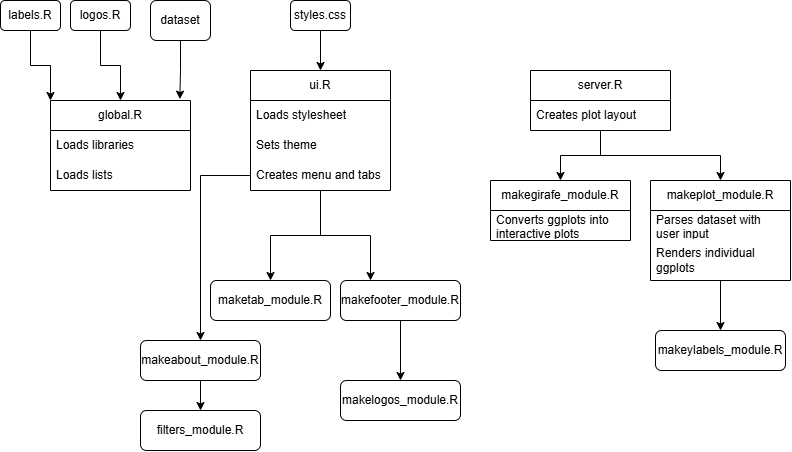
The draw.io diagram images/code_diagram.png in ZoeMZou/WP2_WinterPressuresDashboard, before a commit. Source tidied: cells renumbered, new cells last; positions are measured from the earlier drawing's top-left corner, leaving out a move shared by most shapes. The source it was exported from:
```xml
<mxGraphModel>
  <root>
    <mxCell id="0" />
    <mxCell id="1" parent="0" />
    <mxCell id="2" value="dataset" style="rounded=1;whiteSpace=wrap;html=1;labelBackgroundColor=none;" parent="1" vertex="1">
      <mxGeometry x="150" width="60" height="40" as="geometry" />
    </mxCell>
    <mxCell id="3" style="edgeStyle=orthogonalEdgeStyle;rounded=0;jettySize=auto;html=1;entryX=0;entryY=0;entryDx=0;entryDy=0;labelBackgroundColor=none;fontColor=default;" parent="1" edge="1" source="4" target="7">
      <mxGeometry relative="1" as="geometry" />
    </mxCell>
    <mxCell id="4" value="labels.R" style="rounded=1;whiteSpace=wrap;html=1;labelBackgroundColor=none;" parent="1" vertex="1">
      <mxGeometry width="60" height="30" as="geometry" />
    </mxCell>
    <mxCell id="5" style="edgeStyle=orthogonalEdgeStyle;rounded=0;jettySize=auto;html=1;entryX=0.5;entryY=0;entryDx=0;entryDy=0;labelBackgroundColor=none;fontColor=default;" parent="1" edge="1" source="6" target="7">
      <mxGeometry relative="1" as="geometry" />
    </mxCell>
    <mxCell id="6" value="logos.R" style="rounded=1;whiteSpace=wrap;html=1;labelBackgroundColor=none;" parent="1" vertex="1">
      <mxGeometry x="70" width="60" height="30" as="geometry" />
    </mxCell>
    <mxCell id="7" value="global.R" style="swimlane;fontStyle=0;horizontal=1;startSize=30;whiteSpace=wrap;html=1;labelBackgroundColor=none;" parent="1" vertex="1">
      <mxGeometry x="50" y="100" width="140" height="90" as="geometry" />
    </mxCell>
    <mxCell id="8" value="Loads libraries" style="text;strokeColor=none;align=left;verticalAlign=middle;spacingLeft=4;spacingRight=4;overflow=hidden;whiteSpace=wrap;html=1;labelBackgroundColor=none;" parent="7" vertex="1">
      <mxGeometry y="30" width="140" height="30" as="geometry" />
    </mxCell>
    <mxCell id="9" value="Loads lists" style="text;strokeColor=none;align=left;verticalAlign=middle;spacingLeft=4;spacingRight=4;overflow=hidden;whiteSpace=wrap;html=1;labelBackgroundColor=none;" parent="7" vertex="1">
      <mxGeometry y="60" width="140" height="30" as="geometry" />
    </mxCell>
    <mxCell id="10" style="edgeStyle=orthogonalEdgeStyle;rounded=0;jettySize=auto;html=1;entryX=0.5;entryY=0;entryDx=0;entryDy=0;labelBackgroundColor=none;fontColor=default;" parent="1" edge="1" source="12" target="23">
      <mxGeometry relative="1" as="geometry" />
    </mxCell>
    <mxCell id="11" style="edgeStyle=orthogonalEdgeStyle;rounded=0;jettySize=auto;html=1;entryX=0.25;entryY=0;entryDx=0;entryDy=0;labelBackgroundColor=none;fontColor=default;" parent="1" edge="1" source="12" target="25">
      <mxGeometry relative="1" as="geometry" />
    </mxCell>
    <mxCell id="12" value="ui.R" style="swimlane;fontStyle=0;horizontal=1;startSize=30;whiteSpace=wrap;html=1;labelBackgroundColor=none;" parent="1" vertex="1">
      <mxGeometry x="250" y="70" width="140" height="120" as="geometry" />
    </mxCell>
    <mxCell id="13" value="Loads stylesheet" style="text;strokeColor=none;align=left;verticalAlign=middle;spacingLeft=4;spacingRight=4;overflow=hidden;whiteSpace=wrap;html=1;labelBackgroundColor=none;" parent="12" vertex="1">
      <mxGeometry y="30" width="140" height="30" as="geometry" />
    </mxCell>
    <mxCell id="14" value="Sets theme" style="text;strokeColor=none;align=left;verticalAlign=middle;spacingLeft=4;spacingRight=4;overflow=hidden;whiteSpace=wrap;html=1;labelBackgroundColor=none;" parent="12" vertex="1">
      <mxGeometry y="60" width="140" height="30" as="geometry" />
    </mxCell>
    <mxCell id="15" value="Creates menu and tabs" style="text;strokeColor=none;align=left;verticalAlign=middle;spacingLeft=4;spacingRight=4;overflow=hidden;points=[[0,0.5],[1,0.5]];portConstraint=eastwest;whiteSpace=wrap;html=1;labelBackgroundColor=none;" parent="12" vertex="1">
      <mxGeometry y="90" width="140" height="30" as="geometry" />
    </mxCell>
    <mxCell id="16" style="edgeStyle=orthogonalEdgeStyle;rounded=0;jettySize=auto;html=1;entryX=0.5;entryY=0;entryDx=0;entryDy=0;labelBackgroundColor=none;fontColor=default;" parent="1" edge="1" source="18" target="31">
      <mxGeometry relative="1" as="geometry" />
    </mxCell>
    <mxCell id="17" style="edgeStyle=orthogonalEdgeStyle;rounded=0;jettySize=auto;html=1;labelBackgroundColor=none;fontColor=default;" parent="1" edge="1" source="18" target="28">
      <mxGeometry relative="1" as="geometry" />
    </mxCell>
    <mxCell id="18" value="server.R" style="swimlane;fontStyle=0;horizontal=1;startSize=30;whiteSpace=wrap;html=1;labelBackgroundColor=none;" parent="1" vertex="1">
      <mxGeometry x="530" y="70" width="140" height="60" as="geometry" />
    </mxCell>
    <mxCell id="19" value="Creates plot layout" style="text;strokeColor=none;align=left;verticalAlign=middle;spacingLeft=4;spacingRight=4;overflow=hidden;whiteSpace=wrap;html=1;labelBackgroundColor=none;" parent="18" vertex="1">
      <mxGeometry y="30" width="140" height="30" as="geometry" />
    </mxCell>
    <mxCell id="20" style="edgeStyle=orthogonalEdgeStyle;rounded=0;jettySize=auto;html=1;entryX=0.924;entryY=-0.015;entryDx=0;entryDy=0;entryPerimeter=0;labelBackgroundColor=none;fontColor=default;" parent="1" edge="1" source="2" target="7">
      <mxGeometry relative="1" as="geometry" />
    </mxCell>
    <mxCell id="21" style="edgeStyle=orthogonalEdgeStyle;rounded=0;jettySize=auto;html=1;entryX=0.5;entryY=0;entryDx=0;entryDy=0;labelBackgroundColor=none;fontColor=default;" parent="1" edge="1" source="22" target="12">
      <mxGeometry relative="1" as="geometry" />
    </mxCell>
    <mxCell id="22" value="styles.css" style="rounded=1;whiteSpace=wrap;html=1;labelBackgroundColor=none;" parent="1" vertex="1">
      <mxGeometry x="290" width="60" height="30" as="geometry" />
    </mxCell>
    <mxCell id="23" value="maketab_module.R" style="rounded=1;whiteSpace=wrap;html=1;labelBackgroundColor=none;" parent="1" vertex="1">
      <mxGeometry x="210" y="280" width="120" height="40" as="geometry" />
    </mxCell>
    <mxCell id="24" style="edgeStyle=orthogonalEdgeStyle;rounded=0;jettySize=auto;html=1;entryX=0.5;entryY=0;entryDx=0;entryDy=0;labelBackgroundColor=none;fontColor=default;" parent="1" edge="1" source="25" target="26">
      <mxGeometry relative="1" as="geometry" />
    </mxCell>
    <mxCell id="25" value="makefooter_module.R" style="rounded=1;whiteSpace=wrap;html=1;labelBackgroundColor=none;" parent="1" vertex="1">
      <mxGeometry x="340" y="280" width="120" height="40" as="geometry" />
    </mxCell>
    <mxCell id="26" value="makelogos_module.R" style="rounded=1;whiteSpace=wrap;html=1;labelBackgroundColor=none;" parent="1" vertex="1">
      <mxGeometry x="340" y="380" width="120" height="40" as="geometry" />
    </mxCell>
    <mxCell id="27" style="edgeStyle=orthogonalEdgeStyle;rounded=0;jettySize=auto;html=1;entryX=0.5;entryY=0;entryDx=0;entryDy=0;fontColor=default;labelBackgroundColor=none;" parent="1" edge="1" source="28" target="37">
      <mxGeometry relative="1" as="geometry" />
    </mxCell>
    <mxCell id="28" value="makeplot_module.R" style="swimlane;fontStyle=0;horizontal=1;startSize=30;whiteSpace=wrap;html=1;labelBackgroundColor=none;" parent="1" vertex="1">
      <mxGeometry x="650" y="180" width="140" height="100" as="geometry" />
    </mxCell>
    <mxCell id="29" value="Parses dataset with user input" style="text;strokeColor=none;align=left;verticalAlign=middle;spacingLeft=4;spacingRight=4;overflow=hidden;whiteSpace=wrap;html=1;labelBackgroundColor=none;" parent="28" vertex="1">
      <mxGeometry y="30" width="140" height="30" as="geometry" />
    </mxCell>
    <mxCell id="30" value="Renders individual ggplots" style="text;strokeColor=none;align=left;verticalAlign=middle;spacingLeft=4;spacingRight=4;overflow=hidden;whiteSpace=wrap;html=1;labelBackgroundColor=none;" parent="28" vertex="1">
      <mxGeometry y="60" width="140" height="40" as="geometry" />
    </mxCell>
    <mxCell id="31" value="makegirafe_module.R" style="swimlane;fontStyle=0;horizontal=1;startSize=30;whiteSpace=wrap;html=1;labelBackgroundColor=none;" parent="1" vertex="1">
      <mxGeometry x="490" y="180" width="140" height="60" as="geometry" />
    </mxCell>
    <mxCell id="32" value="Converts ggplots into interactive plots" style="text;strokeColor=none;align=left;verticalAlign=middle;spacingLeft=4;spacingRight=4;overflow=hidden;whiteSpace=wrap;html=1;labelBackgroundColor=none;" parent="31" vertex="1">
      <mxGeometry y="30" width="140" height="30" as="geometry" />
    </mxCell>
    <mxCell id="33" style="edgeStyle=orthogonalEdgeStyle;rounded=0;jettySize=auto;html=1;entryX=0.5;entryY=0;entryDx=0;entryDy=0;labelBackgroundColor=none;fontColor=default;" parent="1" edge="1" source="34" target="36">
      <mxGeometry relative="1" as="geometry" />
    </mxCell>
    <mxCell id="34" value="makeabout_module.R" style="rounded=1;whiteSpace=wrap;html=1;labelBackgroundColor=none;" parent="1" vertex="1">
      <mxGeometry x="140" y="340" width="120" height="40" as="geometry" />
    </mxCell>
    <mxCell id="35" style="edgeStyle=orthogonalEdgeStyle;rounded=0;jettySize=auto;html=1;entryX=0.5;entryY=0;entryDx=0;entryDy=0;labelBackgroundColor=none;fontColor=default;" parent="1" edge="1" source="15" target="34">
      <mxGeometry relative="1" as="geometry" />
    </mxCell>
    <mxCell id="36" value="&lt;div&gt;&lt;br&gt;&lt;/div&gt;filters_module.R&lt;div&gt;&lt;br&gt;&lt;/div&gt;" style="rounded=1;whiteSpace=wrap;html=1;labelBackgroundColor=none;" parent="1" vertex="1">
      <mxGeometry x="140" y="410" width="120" height="40" as="geometry" />
    </mxCell>
    <mxCell id="37" value="makeylabels_module.R" style="rounded=1;whiteSpace=wrap;html=1;labelBackgroundColor=none;" parent="1" vertex="1">
      <mxGeometry x="655" y="330" width="130" height="40" as="geometry" />
    </mxCell>
  </root>
</mxGraphModel>
```
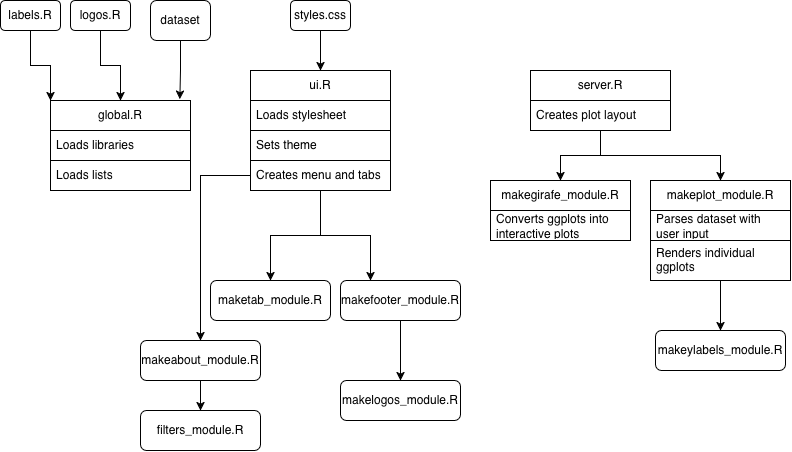
The same diagram one commit later.

The edit, as a diff of the source:
```diff
@@ -1,4 +1,4 @@
-<mxGraphModel>
+<mxGraphModel background="light-dark(#FFFFFF,#121212)">
   <root>
     <mxCell id="0" />
     <mxCell id="1" parent="0" />
@@ -20,10 +20,10 @@
     <mxCell id="7" value="global.R" style="swimlane;fontStyle=0;horizontal=1;startSize=30;whiteSpace=wrap;html=1;labelBackgroundColor=none;" parent="1" vertex="1">
       <mxGeometry x="50" y="100" width="140" height="90" as="geometry" />
     </mxCell>
-    <mxCell id="8" value="Loads libraries" style="text;strokeColor=none;align=left;verticalAlign=middle;spacingLeft=4;spacingRight=4;overflow=hidden;whiteSpace=wrap;html=1;labelBackgroundColor=none;" parent="7" vertex="1">
+    <mxCell id="8" value="Loads libraries" style="text;strokeColor=default;align=left;verticalAlign=middle;spacingLeft=4;spacingRight=4;overflow=hidden;whiteSpace=wrap;html=1;labelBackgroundColor=none;fillColor=default;" parent="7" vertex="1">
       <mxGeometry y="30" width="140" height="30" as="geometry" />
     </mxCell>
-    <mxCell id="9" value="Loads lists" style="text;strokeColor=none;align=left;verticalAlign=middle;spacingLeft=4;spacingRight=4;overflow=hidden;whiteSpace=wrap;html=1;labelBackgroundColor=none;" parent="7" vertex="1">
+    <mxCell id="9" value="Loads lists" style="text;strokeColor=default;align=left;verticalAlign=middle;spacingLeft=4;spacingRight=4;overflow=hidden;whiteSpace=wrap;html=1;labelBackgroundColor=none;fillColor=default;" parent="7" vertex="1">
       <mxGeometry y="60" width="140" height="30" as="geometry" />
     </mxCell>
     <mxCell id="10" style="edgeStyle=orthogonalEdgeStyle;rounded=0;jettySize=auto;html=1;entryX=0.5;entryY=0;entryDx=0;entryDy=0;labelBackgroundColor=none;fontColor=default;" parent="1" edge="1" source="12" target="23">
@@ -35,13 +35,13 @@
     <mxCell id="12" value="ui.R" style="swimlane;fontStyle=0;horizontal=1;startSize=30;whiteSpace=wrap;html=1;labelBackgroundColor=none;" parent="1" vertex="1">
       <mxGeometry x="250" y="70" width="140" height="120" as="geometry" />
     </mxCell>
-    <mxCell id="13" value="Loads stylesheet" style="text;strokeColor=none;align=left;verticalAlign=middle;spacingLeft=4;spacingRight=4;overflow=hidden;whiteSpace=wrap;html=1;labelBackgroundColor=none;" parent="12" vertex="1">
+    <mxCell id="13" value="Loads stylesheet" style="text;strokeColor=default;align=left;verticalAlign=middle;spacingLeft=4;spacingRight=4;overflow=hidden;whiteSpace=wrap;html=1;labelBackgroundColor=none;fillColor=default;" parent="12" vertex="1">
       <mxGeometry y="30" width="140" height="30" as="geometry" />
     </mxCell>
-    <mxCell id="14" value="Sets theme" style="text;strokeColor=none;align=left;verticalAlign=middle;spacingLeft=4;spacingRight=4;overflow=hidden;whiteSpace=wrap;html=1;labelBackgroundColor=none;" parent="12" vertex="1">
+    <mxCell id="14" value="Sets theme" style="text;strokeColor=default;align=left;verticalAlign=middle;spacingLeft=4;spacingRight=4;overflow=hidden;whiteSpace=wrap;html=1;labelBackgroundColor=none;fillColor=default;" parent="12" vertex="1">
       <mxGeometry y="60" width="140" height="30" as="geometry" />
     </mxCell>
-    <mxCell id="15" value="Creates menu and tabs" style="text;strokeColor=none;align=left;verticalAlign=middle;spacingLeft=4;spacingRight=4;overflow=hidden;points=[[0,0.5],[1,0.5]];portConstraint=eastwest;whiteSpace=wrap;html=1;labelBackgroundColor=none;" parent="12" vertex="1">
+    <mxCell id="15" value="Creates menu and tabs" style="text;strokeColor=default;align=left;verticalAlign=middle;spacingLeft=4;spacingRight=4;overflow=hidden;points=[[0,0.5],[1,0.5]];portConstraint=eastwest;whiteSpace=wrap;html=1;labelBackgroundColor=none;fillColor=default;" parent="12" vertex="1">
       <mxGeometry y="90" width="140" height="30" as="geometry" />
     </mxCell>
     <mxCell id="16" style="edgeStyle=orthogonalEdgeStyle;rounded=0;jettySize=auto;html=1;entryX=0.5;entryY=0;entryDx=0;entryDy=0;labelBackgroundColor=none;fontColor=default;" parent="1" edge="1" source="18" target="31">
@@ -53,7 +53,7 @@
     <mxCell id="18" value="server.R" style="swimlane;fontStyle=0;horizontal=1;startSize=30;whiteSpace=wrap;html=1;labelBackgroundColor=none;" parent="1" vertex="1">
       <mxGeometry x="530" y="70" width="140" height="60" as="geometry" />
     </mxCell>
-    <mxCell id="19" value="Creates plot layout" style="text;strokeColor=none;align=left;verticalAlign=middle;spacingLeft=4;spacingRight=4;overflow=hidden;whiteSpace=wrap;html=1;labelBackgroundColor=none;" parent="18" vertex="1">
+    <mxCell id="19" value="Creates plot layout" style="text;strokeColor=default;align=left;verticalAlign=middle;spacingLeft=4;spacingRight=4;overflow=hidden;whiteSpace=wrap;html=1;labelBackgroundColor=none;fillColor=default;" parent="18" vertex="1">
       <mxGeometry y="30" width="140" height="30" as="geometry" />
     </mxCell>
     <mxCell id="20" style="edgeStyle=orthogonalEdgeStyle;rounded=0;jettySize=auto;html=1;entryX=0.924;entryY=-0.015;entryDx=0;entryDy=0;entryPerimeter=0;labelBackgroundColor=none;fontColor=default;" parent="1" edge="1" source="2" target="7">
@@ -83,16 +83,16 @@
     <mxCell id="28" value="makeplot_module.R" style="swimlane;fontStyle=0;horizontal=1;startSize=30;whiteSpace=wrap;html=1;labelBackgroundColor=none;" parent="1" vertex="1">
       <mxGeometry x="650" y="180" width="140" height="100" as="geometry" />
     </mxCell>
-    <mxCell id="29" value="Parses dataset with user input" style="text;strokeColor=none;align=left;verticalAlign=middle;spacingLeft=4;spacingRight=4;overflow=hidden;whiteSpace=wrap;html=1;labelBackgroundColor=none;" parent="28" vertex="1">
+    <mxCell id="29" value="Parses dataset with user input" style="text;strokeColor=default;align=left;verticalAlign=middle;spacingLeft=4;spacingRight=4;overflow=hidden;whiteSpace=wrap;html=1;labelBackgroundColor=none;fillColor=default;" parent="28" vertex="1">
       <mxGeometry y="30" width="140" height="30" as="geometry" />
     </mxCell>
-    <mxCell id="30" value="Renders individual ggplots" style="text;strokeColor=none;align=left;verticalAlign=middle;spacingLeft=4;spacingRight=4;overflow=hidden;whiteSpace=wrap;html=1;labelBackgroundColor=none;" parent="28" vertex="1">
+    <mxCell id="30" value="Renders individual ggplots" style="text;strokeColor=default;align=left;verticalAlign=middle;spacingLeft=4;spacingRight=4;overflow=hidden;whiteSpace=wrap;html=1;labelBackgroundColor=none;fillColor=default;" parent="28" vertex="1">
       <mxGeometry y="60" width="140" height="40" as="geometry" />
     </mxCell>
     <mxCell id="31" value="makegirafe_module.R" style="swimlane;fontStyle=0;horizontal=1;startSize=30;whiteSpace=wrap;html=1;labelBackgroundColor=none;" parent="1" vertex="1">
       <mxGeometry x="490" y="180" width="140" height="60" as="geometry" />
     </mxCell>
-    <mxCell id="32" value="Converts ggplots into interactive plots" style="text;strokeColor=none;align=left;verticalAlign=middle;spacingLeft=4;spacingRight=4;overflow=hidden;whiteSpace=wrap;html=1;labelBackgroundColor=none;" parent="31" vertex="1">
+    <mxCell id="32" value="Converts ggplots into interactive plots" style="text;strokeColor=default;align=left;verticalAlign=middle;spacingLeft=4;spacingRight=4;overflow=hidden;whiteSpace=wrap;html=1;labelBackgroundColor=none;fillColor=default;" parent="31" vertex="1">
       <mxGeometry y="30" width="140" height="30" as="geometry" />
     </mxCell>
     <mxCell id="33" style="edgeStyle=orthogonalEdgeStyle;rounded=0;jettySize=auto;html=1;entryX=0.5;entryY=0;entryDx=0;entryDy=0;labelBackgroundColor=none;fontColor=default;" parent="1" edge="1" source="34" target="36">
```
